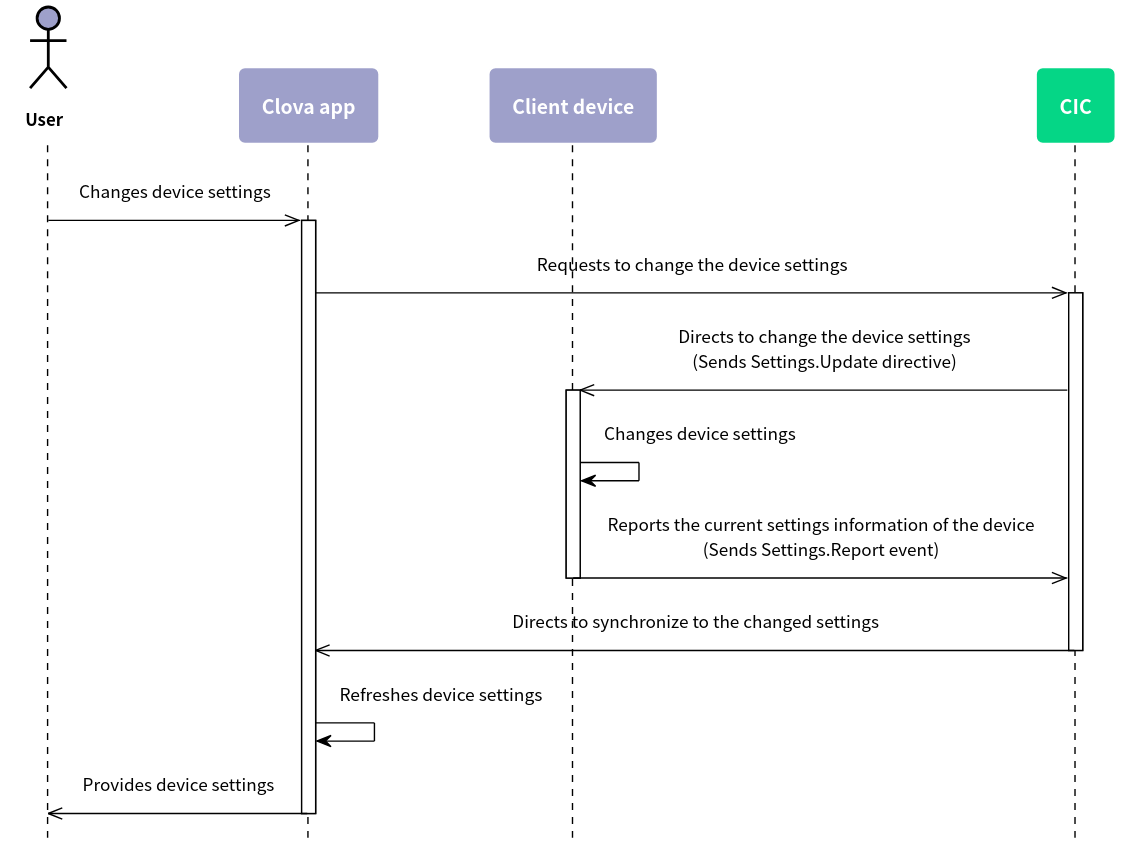
This is en-KR/Develop/Assets/Images/CIC_Settings_Change_Settings_Via_Clova_App.svg from muchokwon/clova-client-developer-guide, a PlantUML export, as it was before one commit.
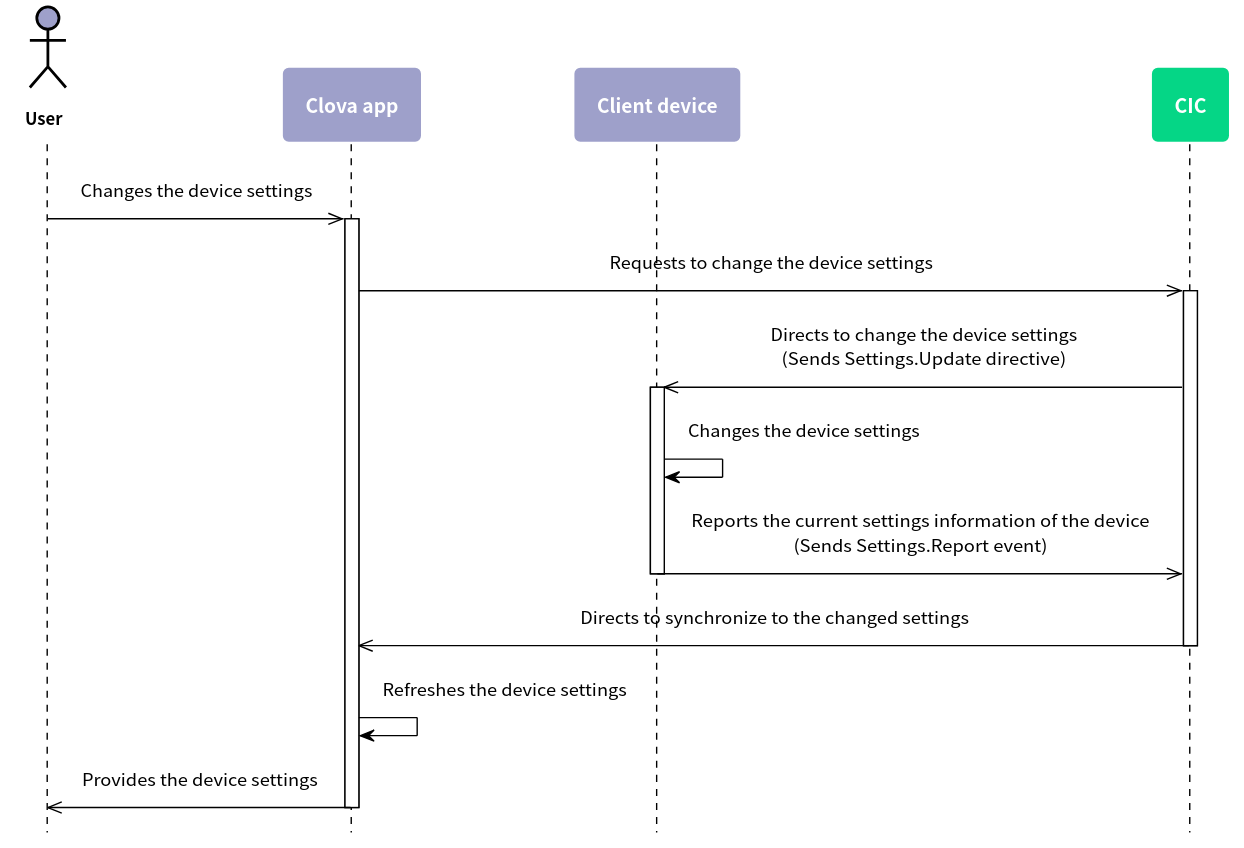
The same file after the commit.

Change to the diagram source:
```diff
@@ -54,7 +54,7 @@
 participant "Client device" as cli #9EA0CA
 participant CIC as cic #05D686
 
-user ->> ca: Changes device settings
+user ->> ca: Changes the device settings
 
   activate ca
 
@@ -66,7 +66,7 @@
 
     activate cli
 
-      cli -> cli: Changes device settings
+      cli -> cli: Changes the device settings
 
       cli ->> cic: Reports the current settings information of the device\n(Sends Settings.Report event)
 
@@ -76,9 +76,9 @@
 
   deactivate cic
 
-  ca -> ca: Refreshes device settings
+  ca -> ca: Refreshes the device settings
 
-  ca ->> user: Provides device settings
+  ca ->> user: Provides the device settings
 
 deactivate ca
 
```
